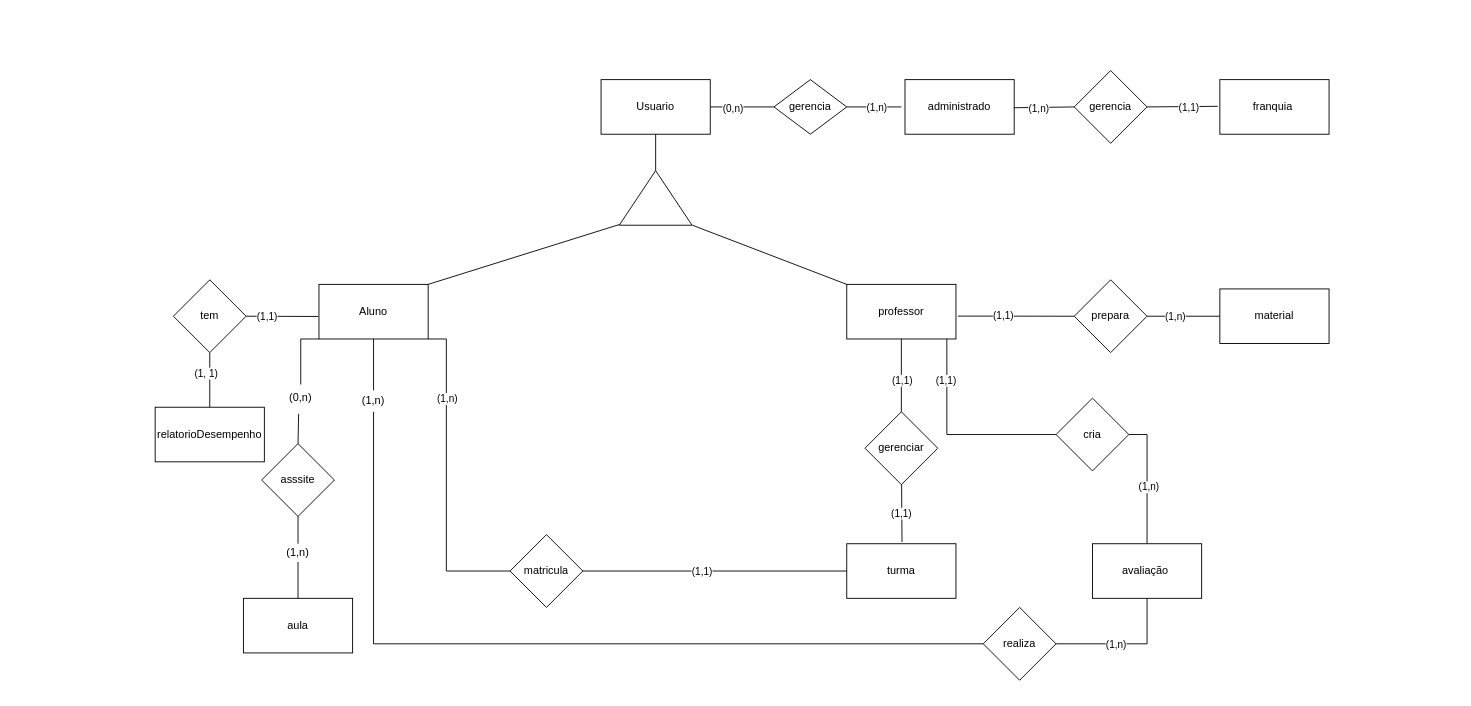
Before: Diagrama-Banco-de-dados/DER.drawio in Wal221/ProjetoWeb2, a draw.io diagram. Source tidied: cells renumbered, new cells numbered last; positions are measured from the earlier drawing's top-left corner, leaving out a move shared by most shapes. Both pictures are drawn from the tidied source at 91%, with x=0, y=0 at pixel (155, 70).
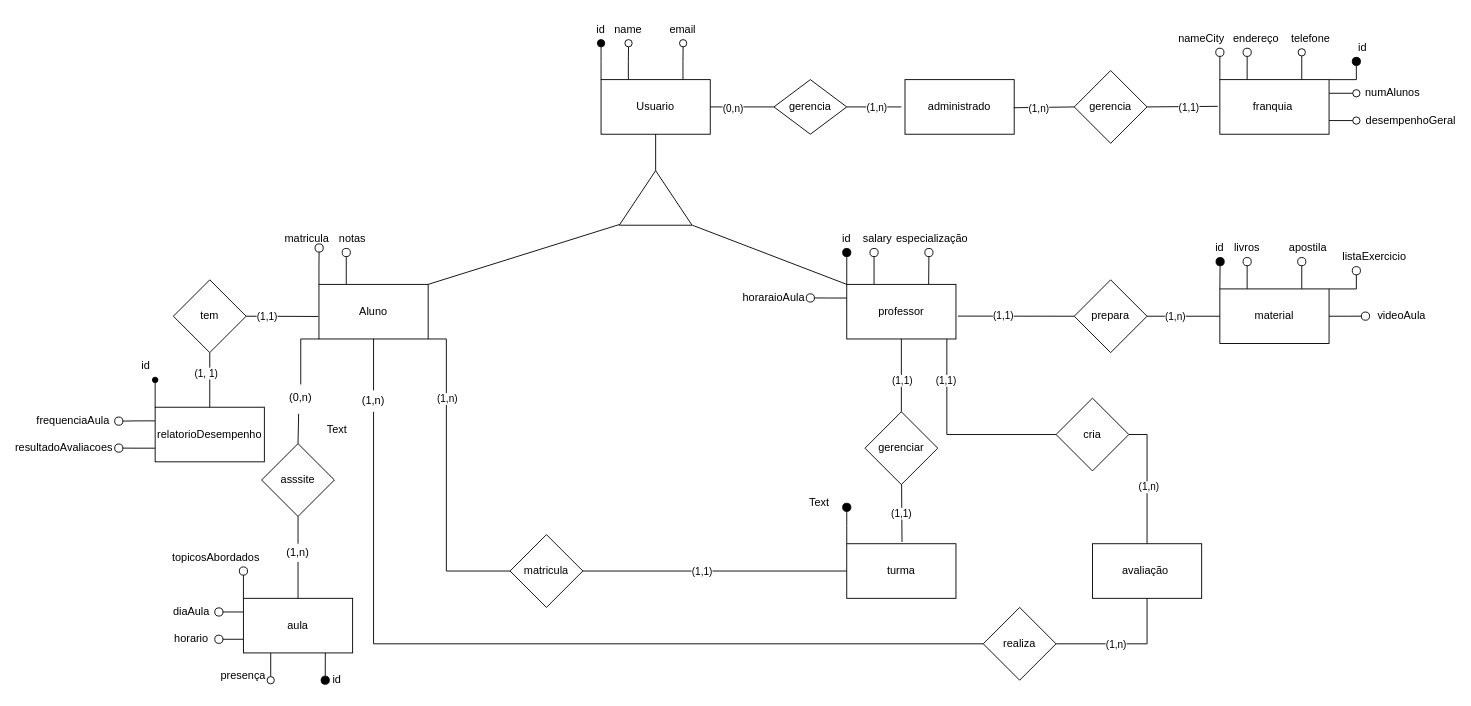
The same diagram, later.

Commit message:
atualização do DER

The change refers to these unchanged cells:
```xml
<mxCell id="3" value="franquia&amp;nbsp;" style="rounded=0;whiteSpace=wrap;html=1;" parent="1" vertex="1">
  <mxGeometry x="1170" y="10" width="120" height="60" as="geometry" />
</mxCell>
<mxCell id="4" value="Usuario" style="rounded=0;whiteSpace=wrap;html=1;" parent="1" vertex="1">
  <mxGeometry x="490" y="10" width="120" height="60" as="geometry" />
</mxCell>
<mxCell id="16" value="Aluno" style="rounded=0;whiteSpace=wrap;html=1;" parent="1" vertex="1">
  <mxGeometry x="180" y="235" width="120" height="60" as="geometry" />
</mxCell>
<mxCell id="17" value="professor" style="rounded=0;whiteSpace=wrap;html=1;" parent="1" vertex="1">
  <mxGeometry x="760" y="235" width="120" height="60" as="geometry" />
</mxCell>
<mxCell id="28" value="turma" style="rounded=0;whiteSpace=wrap;html=1;" parent="1" vertex="1">
  <mxGeometry x="760" y="520" width="120" height="60" as="geometry" />
</mxCell>
<mxCell id="33" value="aula" style="rounded=0;whiteSpace=wrap;html=1;" parent="1" vertex="1">
  <mxGeometry x="97" y="580" width="120" height="60" as="geometry" />
</mxCell>
<mxCell id="52" value="material" style="rounded=0;whiteSpace=wrap;html=1;" parent="1" vertex="1">
  <mxGeometry x="1170" y="240" width="120" height="60" as="geometry" />
</mxCell>
<mxCell id="59" value="relatorioDesempenho" style="rounded=0;whiteSpace=wrap;html=1;" parent="1" vertex="1">
  <mxGeometry y="370" width="120" height="60" as="geometry" />
</mxCell>
```

Diff of the diagram source:
```diff
@@
+    <mxCell id="64" style="edgeStyle=orthogonalEdgeStyle;rounded=0;jettySize=auto;html=1;exitX=0;exitY=0;exitDx=0;exitDy=0;endArrow=oval;endFill=0;endSize=9;" parent="1" edge="1" source="3">
+      <mxGeometry relative="1" as="geometry">
+        <mxPoint x="1170" y="-20" as="targetPoint" />
+      </mxGeometry>
+    </mxCell>
+    <mxCell id="65" style="edgeStyle=orthogonalEdgeStyle;rounded=0;jettySize=auto;html=1;exitX=0.25;exitY=0;exitDx=0;exitDy=0;endSize=9;endArrow=oval;endFill=0;" parent="1" edge="1" source="3">
+      <mxGeometry relative="1" as="geometry">
+        <mxPoint x="1200" y="-20" as="targetPoint" />
+      </mxGeometry>
+    </mxCell>
+    <mxCell id="66" style="edgeStyle=orthogonalEdgeStyle;rounded=0;jettySize=auto;html=1;exitX=0.75;exitY=0;exitDx=0;exitDy=0;endArrow=oval;endFill=0;endSize=8;" parent="1" edge="1" source="3">
+      <mxGeometry relative="1" as="geometry">
+        <mxPoint x="1260" y="-20" as="targetPoint" />
+      </mxGeometry>
+    </mxCell>
+    <mxCell id="67" style="edgeStyle=orthogonalEdgeStyle;rounded=0;jettySize=auto;html=1;exitX=1;exitY=0.25;exitDx=0;exitDy=0;endArrow=oval;endFill=0;endSize=8;" parent="1" edge="1" source="3">
+      <mxGeometry relative="1" as="geometry">
+        <mxPoint x="1320" y="24.9" as="targetPoint" />
+      </mxGeometry>
+    </mxCell>
+    <mxCell id="68" style="edgeStyle=orthogonalEdgeStyle;rounded=0;jettySize=auto;html=1;exitX=1;exitY=0.75;exitDx=0;exitDy=0;endArrow=oval;endFill=0;endSize=8;" parent="1" edge="1" source="3">
+      <mxGeometry relative="1" as="geometry">
+        <mxPoint x="1320" y="55" as="targetPoint" />
+      </mxGeometry>
+    </mxCell>
+    <mxCell id="69" style="edgeStyle=orthogonalEdgeStyle;rounded=0;jettySize=auto;html=1;exitX=1;exitY=0;exitDx=0;exitDy=0;endArrow=oval;endFill=1;endSize=9;" parent="1" edge="1" source="3">
+      <mxGeometry relative="1" as="geometry">
+        <mxPoint x="1320" y="-10" as="targetPoint" />
+      </mxGeometry>
+    </mxCell>
@@
+    <mxCell id="70" style="edgeStyle=orthogonalEdgeStyle;rounded=0;jettySize=auto;html=1;exitX=0;exitY=0;exitDx=0;exitDy=0;endArrow=oval;endFill=1;endSize=8;" parent="1" edge="1" source="4">
+      <mxGeometry relative="1" as="geometry">
+        <mxPoint x="490" y="-30" as="targetPoint" />
+      </mxGeometry>
+    </mxCell>
+    <mxCell id="71" style="edgeStyle=orthogonalEdgeStyle;rounded=0;jettySize=auto;html=1;exitX=0.25;exitY=0;exitDx=0;exitDy=0;endArrow=oval;endFill=0;endSize=8;" parent="1" edge="1" source="4">
+      <mxGeometry relative="1" as="geometry">
+        <mxPoint x="520.2" y="-30" as="targetPoint" />
+      </mxGeometry>
+    </mxCell>
+    <mxCell id="72" style="edgeStyle=orthogonalEdgeStyle;rounded=0;jettySize=auto;html=1;exitX=0.75;exitY=0;exitDx=0;exitDy=0;endArrow=oval;endFill=0;endSize=8;" parent="1" edge="1" source="4">
+      <mxGeometry relative="1" as="geometry">
+        <mxPoint x="580.2" y="-30" as="targetPoint" />
+      </mxGeometry>
+    </mxCell>
@@
+    <mxCell id="73" style="edgeStyle=orthogonalEdgeStyle;rounded=0;jettySize=auto;html=1;exitX=0;exitY=0;exitDx=0;exitDy=0;endArrow=oval;endFill=0;endSize=9;" parent="1" edge="1" source="16">
+      <mxGeometry relative="1" as="geometry">
+        <mxPoint x="180.2" y="195" as="targetPoint" />
+      </mxGeometry>
+    </mxCell>
+    <mxCell id="74" style="edgeStyle=orthogonalEdgeStyle;rounded=0;jettySize=auto;html=1;exitX=0.25;exitY=0;exitDx=0;exitDy=0;endArrow=oval;endFill=0;endSize=9;" parent="1" edge="1" source="16">
+      <mxGeometry relative="1" as="geometry">
+        <mxPoint x="210" y="200" as="targetPoint" />
+      </mxGeometry>
+    </mxCell>
@@
+    <mxCell id="75" style="edgeStyle=orthogonalEdgeStyle;rounded=0;jettySize=auto;html=1;exitX=0;exitY=0;exitDx=0;exitDy=0;endArrow=oval;endFill=1;endSize=9;" parent="1" edge="1" source="17">
+      <mxGeometry relative="1" as="geometry">
+        <mxPoint x="760" y="200" as="targetPoint" />
+      </mxGeometry>
+    </mxCell>
+    <mxCell id="76" style="edgeStyle=orthogonalEdgeStyle;rounded=0;jettySize=auto;html=1;exitX=0.25;exitY=0;exitDx=0;exitDy=0;entryX=1;entryY=1;entryDx=0;entryDy=0;endArrow=oval;endFill=0;endSize=9;" parent="1" edge="1" source="17" target="113">
+      <mxGeometry relative="1" as="geometry" />
+    </mxCell>
+    <mxCell id="77" style="edgeStyle=orthogonalEdgeStyle;rounded=0;jettySize=auto;html=1;exitX=0.75;exitY=0;exitDx=0;exitDy=0;endArrow=oval;endFill=0;endSize=9;" parent="1" edge="1" source="17">
+      <mxGeometry relative="1" as="geometry">
+        <mxPoint x="850.3" y="200" as="targetPoint" />
+      </mxGeometry>
+    </mxCell>
+    <mxCell id="78" style="edgeStyle=orthogonalEdgeStyle;rounded=0;jettySize=auto;html=1;exitX=0;exitY=0.25;exitDx=0;exitDy=0;endArrow=oval;endFill=0;endSize=9;" parent="1" edge="1" source="17">
+      <mxGeometry relative="1" as="geometry">
+        <mxPoint x="720" y="249.9" as="targetPoint" />
+      </mxGeometry>
+    </mxCell>
@@
+    <mxCell id="79" style="edgeStyle=orthogonalEdgeStyle;rounded=0;jettySize=auto;html=1;exitX=0;exitY=0;exitDx=0;exitDy=0;endArrow=oval;endFill=1;endSize=9;" parent="1" edge="1" source="28">
+      <mxGeometry relative="1" as="geometry">
+        <mxPoint x="760" y="480" as="targetPoint" />
+      </mxGeometry>
+    </mxCell>
@@
+    <mxCell id="80" style="edgeStyle=orthogonalEdgeStyle;rounded=0;jettySize=auto;html=1;exitX=0;exitY=0.25;exitDx=0;exitDy=0;endArrow=oval;endFill=0;endSize=9;" parent="1" edge="1" source="33">
+      <mxGeometry relative="1" as="geometry">
+        <mxPoint x="70" y="595" as="targetPoint" />
+      </mxGeometry>
+    </mxCell>
+    <mxCell id="81" style="edgeStyle=orthogonalEdgeStyle;rounded=0;jettySize=auto;html=1;exitX=0;exitY=0.75;exitDx=0;exitDy=0;endArrow=oval;endFill=0;endSize=9;" parent="1" edge="1" source="33">
+      <mxGeometry relative="1" as="geometry">
+        <mxPoint x="70" y="625" as="targetPoint" />
+      </mxGeometry>
+    </mxCell>
+    <mxCell id="82" style="edgeStyle=orthogonalEdgeStyle;rounded=0;jettySize=auto;html=1;exitX=0;exitY=0;exitDx=0;exitDy=0;endArrow=oval;endFill=0;endSize=9;" parent="1" edge="1" source="33">
+      <mxGeometry relative="1" as="geometry">
+        <mxPoint x="97" y="550" as="targetPoint" />
+      </mxGeometry>
+    </mxCell>
+    <mxCell id="83" style="edgeStyle=orthogonalEdgeStyle;rounded=0;jettySize=auto;html=1;exitX=0.25;exitY=1;exitDx=0;exitDy=0;endArrow=oval;endFill=0;endSize=8;" parent="1" edge="1" source="33">
+      <mxGeometry relative="1" as="geometry">
+        <mxPoint x="127" y="670" as="targetPoint" />
+      </mxGeometry>
+    </mxCell>
+    <mxCell id="84" style="edgeStyle=orthogonalEdgeStyle;rounded=0;jettySize=auto;html=1;exitX=0.75;exitY=1;exitDx=0;exitDy=0;endArrow=oval;endFill=1;endSize=9;" parent="1" edge="1" source="33">
+      <mxGeometry relative="1" as="geometry">
+        <mxPoint x="186.9" y="670" as="targetPoint" />
+      </mxGeometry>
+    </mxCell>
@@
+    <mxCell id="85" style="edgeStyle=orthogonalEdgeStyle;rounded=0;jettySize=auto;html=1;exitX=0;exitY=0;exitDx=0;exitDy=0;endArrow=oval;endFill=1;endSize=9;" parent="1" edge="1" source="52">
+      <mxGeometry relative="1" as="geometry">
+        <mxPoint x="1170.3" y="210" as="targetPoint" />
+      </mxGeometry>
+    </mxCell>
+    <mxCell id="86" style="edgeStyle=orthogonalEdgeStyle;rounded=0;jettySize=auto;html=1;exitX=0.25;exitY=0;exitDx=0;exitDy=0;entryX=1;entryY=1;entryDx=0;entryDy=0;endArrow=oval;endFill=0;endSize=9;" parent="1" edge="1" source="52" target="117">
+      <mxGeometry relative="1" as="geometry" />
+    </mxCell>
+    <mxCell id="87" style="edgeStyle=orthogonalEdgeStyle;rounded=0;jettySize=auto;html=1;exitX=0.75;exitY=0;exitDx=0;exitDy=0;endArrow=oval;endFill=0;endSize=9;" parent="1" edge="1" source="52">
+      <mxGeometry relative="1" as="geometry">
+        <mxPoint x="1260" y="210" as="targetPoint" />
+      </mxGeometry>
+    </mxCell>
+    <mxCell id="88" style="edgeStyle=orthogonalEdgeStyle;rounded=0;jettySize=auto;html=1;exitX=1;exitY=0;exitDx=0;exitDy=0;endArrow=oval;endFill=0;endSize=9;" parent="1" edge="1" source="52">
+      <mxGeometry relative="1" as="geometry">
+        <mxPoint x="1320" y="220" as="targetPoint" />
+      </mxGeometry>
+    </mxCell>
+    <mxCell id="89" style="edgeStyle=orthogonalEdgeStyle;rounded=0;jettySize=auto;html=1;exitX=1;exitY=0.5;exitDx=0;exitDy=0;endArrow=oval;endFill=0;endSize=9;" parent="1" edge="1" source="52">
+      <mxGeometry relative="1" as="geometry">
+        <mxPoint x="1330" y="269.9" as="targetPoint" />
+      </mxGeometry>
+    </mxCell>
@@
+    <mxCell id="90" style="edgeStyle=orthogonalEdgeStyle;rounded=0;jettySize=auto;html=1;exitX=0;exitY=0.25;exitDx=0;exitDy=0;endArrow=oval;endFill=0;endSize=9;" parent="1" edge="1" source="59">
+      <mxGeometry relative="1" as="geometry">
+        <mxPoint x="-40" y="385.3" as="targetPoint" />
+      </mxGeometry>
+    </mxCell>
+    <mxCell id="91" style="edgeStyle=orthogonalEdgeStyle;rounded=0;jettySize=auto;html=1;exitX=0;exitY=0.75;exitDx=0;exitDy=0;endArrow=oval;endFill=0;endSize=9;" parent="1" edge="1" source="59">
+      <mxGeometry relative="1" as="geometry">
+        <mxPoint x="-40" y="414.9" as="targetPoint" />
+      </mxGeometry>
+    </mxCell>
+    <mxCell id="92" style="edgeStyle=orthogonalEdgeStyle;rounded=0;jettySize=auto;html=1;exitX=0;exitY=0;exitDx=0;exitDy=0;endArrow=oval;endFill=1;" parent="1" edge="1" source="59">
+      <mxGeometry relative="1" as="geometry">
+        <mxPoint y="340" as="targetPoint" />
+      </mxGeometry>
+    </mxCell>
@@
+    <mxCell id="93" value="id" style="text;html=1;align=center;verticalAlign=middle;whiteSpace=wrap;rounded=0;" parent="1" vertex="1">
+      <mxGeometry x="460" y="-60" width="60" height="30" as="geometry" />
+    </mxCell>
+    <mxCell id="94" value="name" style="text;html=1;align=center;verticalAlign=middle;whiteSpace=wrap;rounded=0;" parent="1" vertex="1">
+      <mxGeometry x="490" y="-60" width="60" height="30" as="geometry" />
+    </mxCell>
+    <mxCell id="95" value="email" style="text;html=1;align=center;verticalAlign=middle;whiteSpace=wrap;rounded=0;" parent="1" vertex="1">
+      <mxGeometry x="550" y="-60" width="60" height="30" as="geometry" />
+    </mxCell>
+    <mxCell id="96" value="matricula" style="text;html=1;align=center;verticalAlign=middle;whiteSpace=wrap;rounded=0;" parent="1" vertex="1">
+      <mxGeometry x="137" y="170" width="60" height="30" as="geometry" />
+    </mxCell>
+    <mxCell id="97" value="notas" style="text;html=1;align=center;verticalAlign=middle;whiteSpace=wrap;rounded=0;" parent="1" vertex="1">
+      <mxGeometry x="187" y="170" width="60" height="30" as="geometry" />
+    </mxCell>
+    <mxCell id="98" value="nameCity" style="text;html=1;align=center;verticalAlign=middle;whiteSpace=wrap;rounded=0;" parent="1" vertex="1">
+      <mxGeometry x="1120" y="-50" width="60" height="30" as="geometry" />
+    </mxCell>
+    <mxCell id="99" value="endereço" style="text;html=1;align=center;verticalAlign=middle;whiteSpace=wrap;rounded=0;" parent="1" vertex="1">
+      <mxGeometry x="1180" y="-50" width="60" height="30" as="geometry" />
+    </mxCell>
+    <mxCell id="100" value="telefone" style="text;html=1;align=center;verticalAlign=middle;whiteSpace=wrap;rounded=0;" parent="1" vertex="1">
+      <mxGeometry x="1240" y="-50" width="60" height="30" as="geometry" />
+    </mxCell>
+    <mxCell id="101" value="numAlunos" style="text;html=1;align=center;verticalAlign=middle;whiteSpace=wrap;rounded=0;" parent="1" vertex="1">
+      <mxGeometry x="1340" y="10" width="40" height="30" as="geometry" />
+    </mxCell>
+    <mxCell id="102" value="desempenhoGeral" style="text;html=1;align=center;verticalAlign=middle;whiteSpace=wrap;rounded=0;" parent="1" vertex="1">
+      <mxGeometry x="1350" y="40" width="60" height="30" as="geometry" />
+    </mxCell>
+    <mxCell id="103" value="frequenciaAula" style="text;html=1;align=center;verticalAlign=middle;whiteSpace=wrap;rounded=0;" parent="1" vertex="1">
+      <mxGeometry x="-120" y="370" width="60" height="30" as="geometry" />
+    </mxCell>
+    <mxCell id="104" value="resultadoAvaliacoes" style="text;html=1;align=center;verticalAlign=middle;whiteSpace=wrap;rounded=0;" parent="1" vertex="1">
+      <mxGeometry x="-130" y="400" width="60" height="30" as="geometry" />
+    </mxCell>
+    <mxCell id="105" value="Text" style="text;html=1;align=center;verticalAlign=middle;whiteSpace=wrap;rounded=0;" parent="1" vertex="1">
+      <mxGeometry x="170" y="380" width="60" height="30" as="geometry" />
+    </mxCell>
+    <mxCell id="106" value="id" style="text;html=1;align=center;verticalAlign=middle;whiteSpace=wrap;rounded=0;" parent="1" vertex="1">
+      <mxGeometry x="-40" y="310" width="60" height="30" as="geometry" />
+    </mxCell>
+    <mxCell id="107" value="id" style="text;html=1;align=center;verticalAlign=middle;whiteSpace=wrap;rounded=0;" parent="1" vertex="1">
+      <mxGeometry x="1297" y="-40" width="60" height="30" as="geometry" />
+    </mxCell>
+    <mxCell id="108" value="diaAula" style="text;html=1;align=center;verticalAlign=middle;whiteSpace=wrap;rounded=0;" parent="1" vertex="1">
+      <mxGeometry x="10" y="580" width="60" height="30" as="geometry" />
+    </mxCell>
+    <mxCell id="109" value="horario" style="text;html=1;align=center;verticalAlign=middle;whiteSpace=wrap;rounded=0;" parent="1" vertex="1">
+      <mxGeometry x="10" y="610" width="60" height="30" as="geometry" />
+    </mxCell>
+    <mxCell id="110" value="topicosAbordados" style="text;html=1;align=center;verticalAlign=middle;whiteSpace=wrap;rounded=0;" parent="1" vertex="1">
+      <mxGeometry x="37" y="520" width="60" height="30" as="geometry" />
+    </mxCell>
+    <mxCell id="111" value="presença" style="text;html=1;align=center;verticalAlign=middle;whiteSpace=wrap;rounded=0;" parent="1" vertex="1">
+      <mxGeometry x="67" y="650" width="60" height="30" as="geometry" />
+    </mxCell>
+    <mxCell id="112" value="id" style="text;html=1;align=center;verticalAlign=middle;whiteSpace=wrap;rounded=0;" parent="1" vertex="1">
+      <mxGeometry x="180" y="660" width="40" height="20" as="geometry" />
+    </mxCell>
+    <mxCell id="113" value="id" style="text;html=1;align=center;verticalAlign=middle;whiteSpace=wrap;rounded=0;" parent="1" vertex="1">
+      <mxGeometry x="730" y="170" width="60" height="30" as="geometry" />
+    </mxCell>
+    <mxCell id="114" value="salary" style="text;html=1;align=center;verticalAlign=middle;whiteSpace=wrap;rounded=0;" parent="1" vertex="1">
+      <mxGeometry x="764" y="170" width="60" height="30" as="geometry" />
+    </mxCell>
+    <mxCell id="115" value="especialização" style="text;html=1;align=center;verticalAlign=middle;whiteSpace=wrap;rounded=0;" parent="1" vertex="1">
+      <mxGeometry x="824" y="170" width="60" height="30" as="geometry" />
+    </mxCell>
+    <mxCell id="116" value="horaraioAula" style="text;html=1;align=center;verticalAlign=middle;whiteSpace=wrap;rounded=0;" parent="1" vertex="1">
+      <mxGeometry x="650" y="235" width="60" height="30" as="geometry" />
+    </mxCell>
+    <mxCell id="117" value="id" style="text;html=1;align=center;verticalAlign=middle;whiteSpace=wrap;rounded=0;" parent="1" vertex="1">
+      <mxGeometry x="1140" y="180" width="60" height="30" as="geometry" />
+    </mxCell>
+    <mxCell id="118" value="livros" style="text;html=1;align=center;verticalAlign=middle;whiteSpace=wrap;rounded=0;" parent="1" vertex="1">
+      <mxGeometry x="1170" y="180" width="60" height="30" as="geometry" />
+    </mxCell>
+    <mxCell id="119" value="apostila" style="text;html=1;align=center;verticalAlign=middle;whiteSpace=wrap;rounded=0;" parent="1" vertex="1">
+      <mxGeometry x="1237" y="180" width="60" height="30" as="geometry" />
+    </mxCell>
+    <mxCell id="120" value="listaExercicio" style="text;html=1;align=center;verticalAlign=middle;whiteSpace=wrap;rounded=0;" parent="1" vertex="1">
+      <mxGeometry x="1310" y="190" width="60" height="30" as="geometry" />
+    </mxCell>
+    <mxCell id="121" value="videoAula" style="text;html=1;align=center;verticalAlign=middle;whiteSpace=wrap;rounded=0;" parent="1" vertex="1">
+      <mxGeometry x="1340" y="255" width="60" height="30" as="geometry" />
+    </mxCell>
+    <mxCell id="122" value="Text" style="text;html=1;align=center;verticalAlign=middle;whiteSpace=wrap;rounded=0;" parent="1" vertex="1">
+      <mxGeometry x="700" y="460" width="60" height="30" as="geometry" />
+    </mxCell>
```
